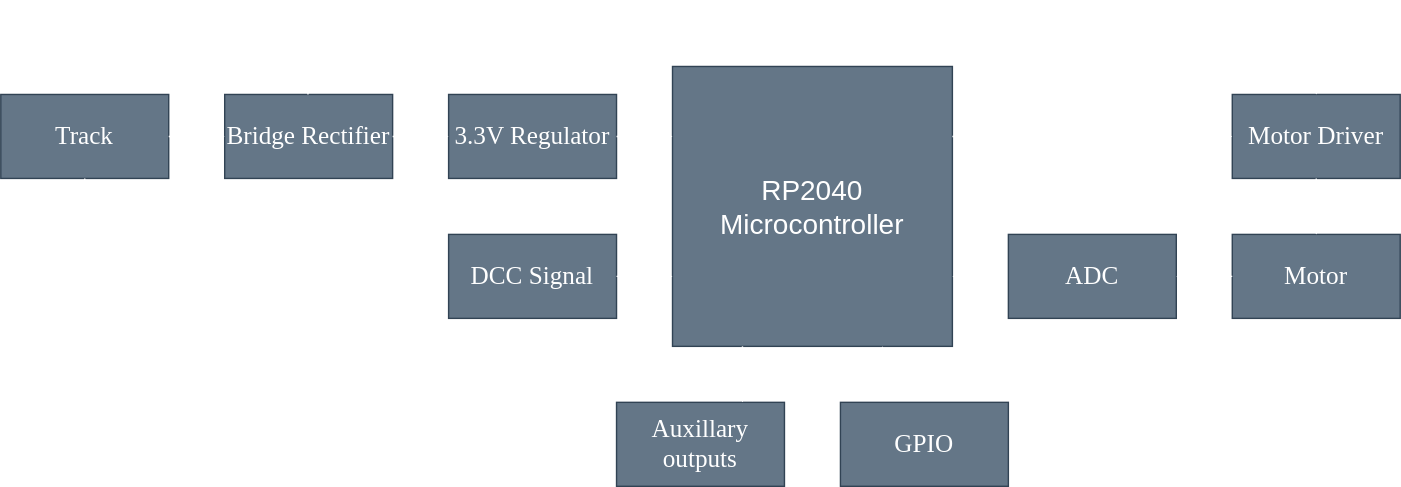
Earlier version of the draw.io export Block_Diagram.svg (gab-k/RP2040-Decoder). Source tidied: cells renumbered, new cells last; positions are measured from the earlier drawing's top-left corner, leaving out a move shared by most shapes. The source it was exported from:
```xml
<mxGraphModel background="#000000">
  <root>
    <mxCell id="0" />
    <mxCell id="1" parent="0" />
    <mxCell id="2" value="&lt;div style=&quot;font-size: 20px&quot;&gt;&lt;font style=&quot;font-size: 20px&quot;&gt;RP2040&lt;/font&gt;&lt;/div&gt;&lt;div style=&quot;font-size: 20px&quot;&gt;&lt;font style=&quot;font-size: 20px&quot;&gt;Microcontroller&lt;br&gt;&lt;/font&gt;&lt;/div&gt;" style="rounded=0;whiteSpace=wrap;html=1;fillColor=#647687;fontColor=#ffffff;strokeColor=#314354;" parent="1" vertex="1">
      <mxGeometry x="480" y="40" width="200" height="200" as="geometry" />
    </mxCell>
    <mxCell id="3" style="endArrow=classic;startArrow=classic;html=1;rounded=0;fontFamily=Verdana;fontSize=18;fontColor=#FFFFFF;exitX=0.75;exitY=1;exitDx=0;exitDy=0;strokeColor=#FFFFFF;entryX=0.25;entryY=0;entryDx=0;entryDy=0;" parent="1" edge="1" source="2" target="4">
      <mxGeometry relative="1" as="geometry" />
    </mxCell>
    <mxCell id="4" value="GPIO" style="rounded=0;whiteSpace=wrap;html=1;fontFamily=Verdana;fontSize=18;fontColor=#ffffff;fillColor=#647687;strokeColor=#314354;" parent="1" vertex="1">
      <mxGeometry x="600" y="280" width="120" height="60" as="geometry" />
    </mxCell>
    <mxCell id="5" value="&lt;div&gt;Auxillary outputs&lt;/div&gt;" style="rounded=0;whiteSpace=wrap;html=1;fontFamily=Verdana;fontSize=18;fontColor=#ffffff;fillColor=#647687;strokeColor=#314354;" parent="1" vertex="1">
      <mxGeometry x="440" y="280" width="120" height="60" as="geometry" />
    </mxCell>
    <mxCell id="6" style="endArrow=classic;html=1;rounded=0;strokeColor=#FFFFFF;entryX=0.75;entryY=0;entryDx=0;entryDy=0;exitX=0.25;exitY=1;exitDx=0;exitDy=0;" parent="1" edge="1" source="2" target="5">
      <mxGeometry relative="1" as="geometry" />
    </mxCell>
    <mxCell id="7" value="Motor Driver" style="rounded=0;whiteSpace=wrap;html=1;fontFamily=Verdana;fontSize=18;fontColor=#ffffff;fillColor=#647687;strokeColor=#314354;" parent="1" vertex="1">
      <mxGeometry x="880" y="60" width="120" height="60" as="geometry" />
    </mxCell>
    <mxCell id="8" style="endArrow=classic;html=1;rounded=0;strokeColor=#FFFFFF;exitX=1;exitY=0.25;exitDx=0;exitDy=0;entryX=0;entryY=0.5;entryDx=0;entryDy=0;" parent="1" edge="1" source="2" target="7">
      <mxGeometry relative="1" as="geometry" />
    </mxCell>
    <mxCell id="9" value="Motor" style="rounded=0;whiteSpace=wrap;html=1;fontFamily=Verdana;fontSize=18;fontColor=#ffffff;fillColor=#647687;strokeColor=#314354;" parent="1" vertex="1">
      <mxGeometry x="880" y="160" width="120" height="60" as="geometry" />
    </mxCell>
    <mxCell id="10" style="endArrow=classic;html=1;rounded=0;strokeColor=#FFFFFF;entryX=0.5;entryY=0;entryDx=0;entryDy=0;exitX=0.5;exitY=1;exitDx=0;exitDy=0;" parent="1" edge="1" source="7" target="9">
      <mxGeometry relative="1" as="geometry" />
    </mxCell>
    <mxCell id="11" style="endArrow=classic;html=1;rounded=0;strokeColor=#FFFFFF;entryX=1;entryY=0.75;entryDx=0;entryDy=0;exitX=0;exitY=0.5;exitDx=0;exitDy=0;" parent="1" edge="1" source="14" target="2">
      <mxGeometry relative="1" as="geometry" />
    </mxCell>
    <mxCell id="12" value="Track" style="rounded=0;whiteSpace=wrap;html=1;fontFamily=Verdana;fontSize=18;fontColor=#ffffff;fillColor=#647687;strokeColor=#314354;" parent="1" vertex="1">
      <mxGeometry y="60" width="120" height="60" as="geometry" />
    </mxCell>
    <mxCell id="13" style="endArrow=classic;html=1;rounded=0;strokeColor=#FFFFFF;entryX=0;entryY=0.5;entryDx=0;entryDy=0;" parent="1" edge="1" target="16">
      <mxGeometry relative="1" as="geometry">
        <mxPoint x="60" y="190" as="sourcePoint" />
      </mxGeometry>
    </mxCell>
    <mxCell id="14" value="ADC" style="rounded=0;whiteSpace=wrap;html=1;fontFamily=Verdana;fontSize=18;fontColor=#ffffff;fillColor=#647687;strokeColor=#314354;" parent="1" vertex="1">
      <mxGeometry x="720" y="160" width="120" height="60" as="geometry" />
    </mxCell>
    <mxCell id="15" style="endArrow=classic;html=1;rounded=0;strokeColor=#FFFFFF;entryX=1;entryY=0.5;entryDx=0;entryDy=0;exitX=0;exitY=0.5;exitDx=0;exitDy=0;" parent="1" edge="1" source="9" target="14">
      <mxGeometry relative="1" as="geometry" />
    </mxCell>
    <mxCell id="16" value="DCC Signal" style="rounded=0;whiteSpace=wrap;html=1;fontFamily=Verdana;fontSize=18;fontColor=#ffffff;fillColor=#647687;strokeColor=#314354;" parent="1" vertex="1">
      <mxGeometry x="320" y="160" width="120" height="60" as="geometry" />
    </mxCell>
    <mxCell id="17" value="Bridge Rectifier" style="rounded=0;whiteSpace=wrap;html=1;fontFamily=Verdana;fontSize=18;fontColor=#ffffff;fillColor=#647687;strokeColor=#314354;" parent="1" vertex="1">
      <mxGeometry x="160" y="60" width="120" height="60" as="geometry" />
    </mxCell>
    <mxCell id="18" style="endArrow=classic;html=1;rounded=0;strokeColor=#FFFFFF;exitX=1;exitY=0.5;exitDx=0;exitDy=0;entryX=0;entryY=0.5;entryDx=0;entryDy=0;" parent="1" edge="1" source="12" target="17">
      <mxGeometry relative="1" as="geometry" />
    </mxCell>
    <mxCell id="19" value="3.3V Regulator" style="rounded=0;whiteSpace=wrap;html=1;fontFamily=Verdana;fontSize=18;fontColor=#ffffff;fillColor=#647687;strokeColor=#314354;" parent="1" vertex="1">
      <mxGeometry x="320" y="60" width="120" height="60" as="geometry" />
    </mxCell>
    <mxCell id="20" style="endArrow=classic;html=1;rounded=0;strokeColor=#FFFFFF;exitX=1;exitY=0.5;exitDx=0;exitDy=0;entryX=0;entryY=0.25;entryDx=0;entryDy=0;" parent="1" edge="1" source="19" target="2">
      <mxGeometry relative="1" as="geometry" />
    </mxCell>
    <mxCell id="21" style="endArrow=classic;html=1;rounded=0;strokeColor=#FFFFFF;entryX=0;entryY=0.5;entryDx=0;entryDy=0;exitX=1;exitY=0.5;exitDx=0;exitDy=0;" parent="1" edge="1" source="17" target="19">
      <mxGeometry relative="1" as="geometry" />
    </mxCell>
    <mxCell id="22" style="endArrow=none;html=1;rounded=0;entryX=0.5;entryY=1;entryDx=0;entryDy=0;strokeColor=#FFFFFF;" parent="1" edge="1" target="12">
      <mxGeometry relative="1" as="geometry">
        <mxPoint x="60" y="190" as="sourcePoint" />
      </mxGeometry>
    </mxCell>
    <mxCell id="23" style="endArrow=classic;html=1;rounded=0;strokeColor=#FFFFFF;entryX=0.5;entryY=0;entryDx=0;entryDy=0;" parent="1" edge="1" target="7">
      <mxGeometry relative="1" as="geometry">
        <mxPoint x="940" as="sourcePoint" />
      </mxGeometry>
    </mxCell>
    <mxCell id="24" style="endArrow=classic;html=1;rounded=0;strokeColor=#FFFFFF;exitX=1;exitY=0.5;exitDx=0;exitDy=0;entryX=0;entryY=0.75;entryDx=0;entryDy=0;" parent="1" edge="1" source="16" target="2">
      <mxGeometry relative="1" as="geometry" />
    </mxCell>
    <mxCell id="25" style="endArrow=none;html=1;rounded=0;strokeColor=#FFFFFF;" parent="1" edge="1">
      <mxGeometry relative="1" as="geometry">
        <mxPoint x="219.5" y="60" as="sourcePoint" />
        <mxPoint x="940" as="targetPoint" />
        <Array as="points">
          <mxPoint x="220" />
        </Array>
      </mxGeometry>
    </mxCell>
  </root>
</mxGraphModel>
```
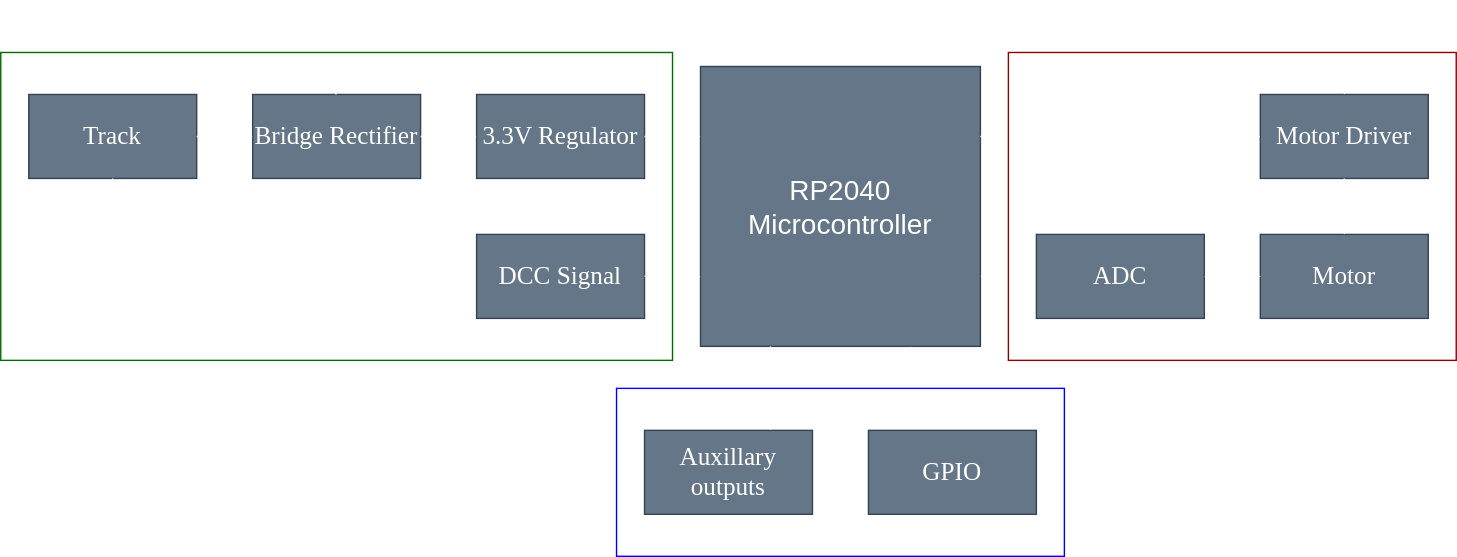
The same file after the commit.

The edit, as a diff of the source:
```diff
@@ -9,10 +9,10 @@
       <mxGeometry relative="1" as="geometry" />
     </mxCell>
     <mxCell id="4" value="GPIO" style="rounded=0;whiteSpace=wrap;html=1;fontFamily=Verdana;fontSize=18;fontColor=#ffffff;fillColor=#647687;strokeColor=#314354;" parent="1" vertex="1">
-      <mxGeometry x="600" y="280" width="120" height="60" as="geometry" />
+      <mxGeometry x="600" y="300" width="120" height="60" as="geometry" />
     </mxCell>
     <mxCell id="5" value="&lt;div&gt;Auxillary outputs&lt;/div&gt;" style="rounded=0;whiteSpace=wrap;html=1;fontFamily=Verdana;fontSize=18;fontColor=#ffffff;fillColor=#647687;strokeColor=#314354;" parent="1" vertex="1">
-      <mxGeometry x="440" y="280" width="120" height="60" as="geometry" />
+      <mxGeometry x="440" y="300" width="120" height="60" as="geometry" />
     </mxCell>
     <mxCell id="6" style="endArrow=classic;html=1;rounded=0;strokeColor=#FFFFFF;entryX=0.75;entryY=0;entryDx=0;entryDy=0;exitX=0.25;exitY=1;exitDx=0;exitDy=0;" parent="1" edge="1" source="2" target="5">
       <mxGeometry relative="1" as="geometry" />
@@ -86,5 +86,14 @@
         </Array>
       </mxGeometry>
     </mxCell>
+    <mxCell id="26" style="rounded=0;whiteSpace=wrap;html=1;fontFamily=Lucida Console;fontSize=20;fillColor=none;strokeColor=#006E00;" parent="1" vertex="1">
+      <mxGeometry x="-20" y="30" width="480" height="220" as="geometry" />
+    </mxCell>
+    <mxCell id="27" style="rounded=0;whiteSpace=wrap;html=1;fontFamily=Lucida Console;fontSize=20;fillColor=none;strokeColor=#910000;" parent="1" vertex="1">
+      <mxGeometry x="700" y="30" width="320" height="220" as="geometry" />
+    </mxCell>
+    <mxCell id="28" style="rounded=0;whiteSpace=wrap;html=1;fontFamily=Lucida Console;fontSize=20;fillColor=none;strokeColor=#0000FF;" parent="1" vertex="1">
+      <mxGeometry x="420" y="270" width="320" height="120" as="geometry" />
+    </mxCell>
   </root>
 </mxGraphModel>
```
